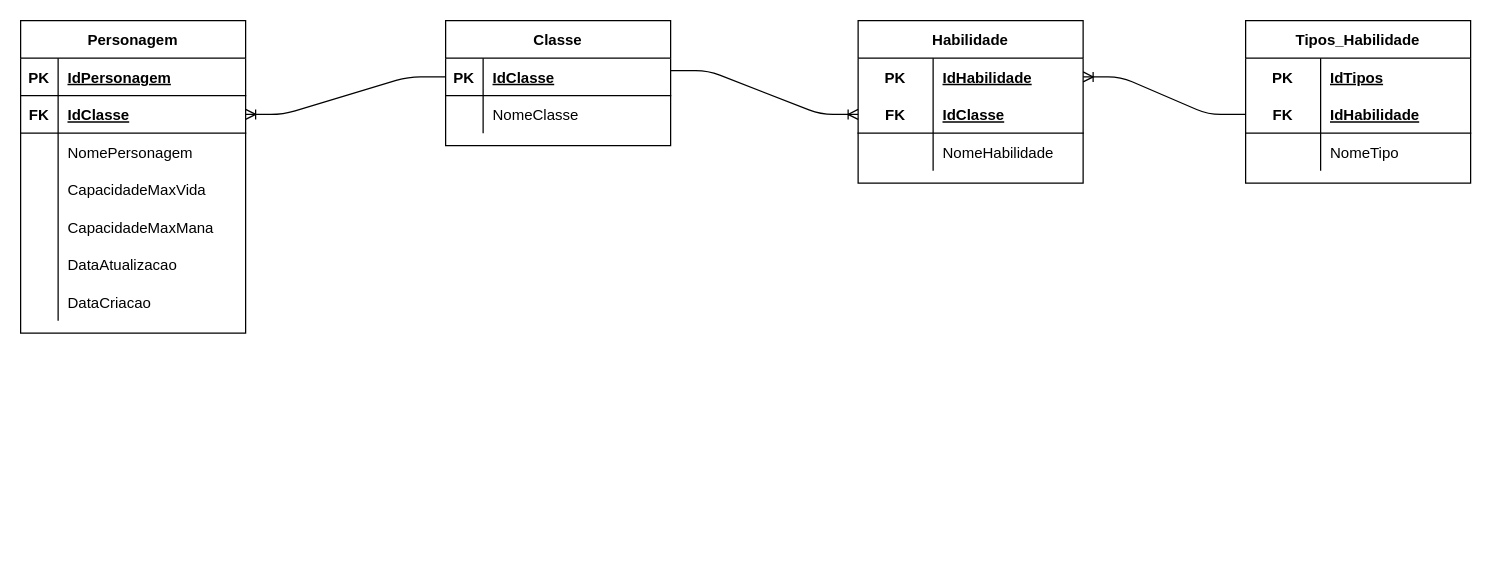
The draw.io diagram page "LÓGICO" (2 of 2) of Modelagem/HROADS.drawio.drawio in Anny-Pereira/Projeto_HROADS, before the edit. Source tidied: cells renumbered, new cells numbered last; positions are measured from the earlier drawing's top-left corner, leaving out a move shared by most shapes. Both pictures are drawn from the tidied source at 125%, with x=0, y=0 at pixel (20, 20).
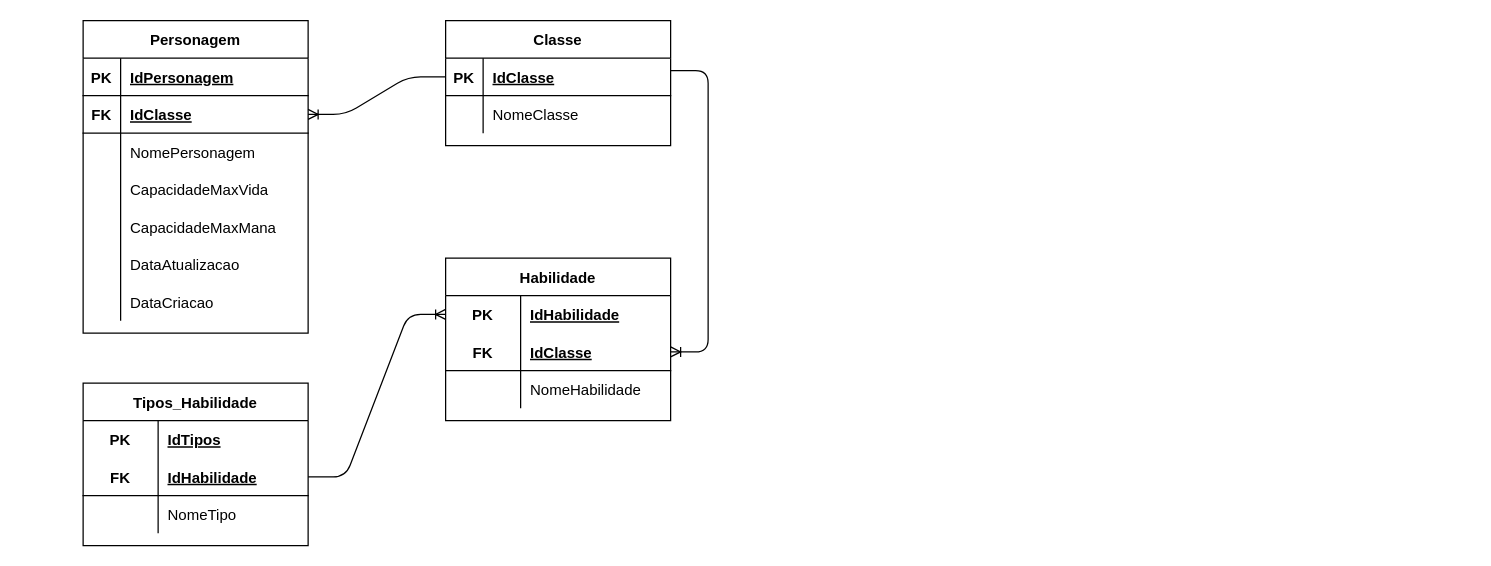
The same page after the edit.

Unchanged cells that the change refers to:
```xml
<mxCell id="25" style="shape=partialRectangle;fillColor=none;top=0;left=0;bottom=0;right=0;points=[[0,0.5],[1,0.5]];portConstraint=eastwest;" parent="24" vertex="1">
  <mxGeometry y="30" width="180" height="30" as="geometry" />
</mxCell>
<mxCell id="28" style="shape=partialRectangle;fillColor=none;top=0;left=0;bottom=1;right=0;points=[[0,0.5],[1,0.5]];portConstraint=eastwest;" parent="24" vertex="1">
  <mxGeometry y="60" width="180" height="30" as="geometry" />
</mxCell>
<mxCell id="38" style="shape=partialRectangle;fillColor=none;top=0;left=0;bottom=1;right=0;points=[[0,0.5],[1,0.5]];portConstraint=eastwest;" parent="34" vertex="1">
  <mxGeometry y="60" width="180" height="30" as="geometry" />
</mxCell>
```

The edit, as a diff of the source:
```diff
@@
     <mxCell id="2" value="Personagem" style="shape=table;startSize=30;childLayout=tableLayout;rowLines=0;fontStyle=1;align=center;" parent="1" vertex="1">
-      <mxGeometry width="180" height="250" as="geometry" />
+      <mxGeometry x="50" width="180" height="250" as="geometry" />
     </mxCell>
@@
     <mxCell id="24" value="Habilidade" style="shape=table;startSize=30;childLayout=tableLayout;rowLines=0;fontStyle=1;align=center;" parent="1" vertex="1">
-      <mxGeometry x="670" width="180" height="130" as="geometry" />
+      <mxGeometry x="340" y="190" width="180" height="130" as="geometry" />
     </mxCell>
@@
     <mxCell id="34" value="Tipos_Habilidade" style="shape=table;startSize=30;childLayout=tableLayout;rowLines=0;fontStyle=1;align=center;" parent="1" vertex="1">
-      <mxGeometry x="980" width="180" height="130" as="geometry" />
+      <mxGeometry x="50" y="290" width="180" height="130" as="geometry" />
     </mxCell>
@@
-    <mxCell id="45" style="edgeStyle=entityRelationEdgeStyle;fontSize=12;html=1;endArrow=ERoneToMany;exitX=1;exitY=0.5;exitDx=0;exitDy=0;entryX=0;entryY=0.5;entryDx=0;entryDy=0;" parent="1" edge="1" target="28">
+    <mxCell id="45" style="edgeStyle=entityRelationEdgeStyle;fontSize=12;html=1;endArrow=ERoneToMany;exitX=1;exitY=0.5;exitDx=0;exitDy=0;entryX=1;entryY=0.5;entryDx=0;entryDy=0;" parent="1" edge="1" target="28">
       <mxGeometry relative="1" as="geometry">
         <mxPoint x="520" y="40" as="sourcePoint" />
       </mxGeometry>
     </mxCell>
@@
-    <mxCell id="53" style="edgeStyle=entityRelationEdgeStyle;fontSize=12;html=1;endArrow=ERoneToMany;entryX=1;entryY=0.5;entryDx=0;entryDy=0;exitX=0;exitY=0.5;exitDx=0;exitDy=0;" parent="1" edge="1" source="38" target="25">
+    <mxCell id="53" style="edgeStyle=entityRelationEdgeStyle;fontSize=12;html=1;endArrow=ERoneToMany;entryX=0;entryY=0.5;entryDx=0;entryDy=0;exitX=1;exitY=0.5;exitDx=0;exitDy=0;" parent="1" edge="1" source="38" target="25">
       <mxGeometry relative="1" as="geometry" />
     </mxCell>
```
